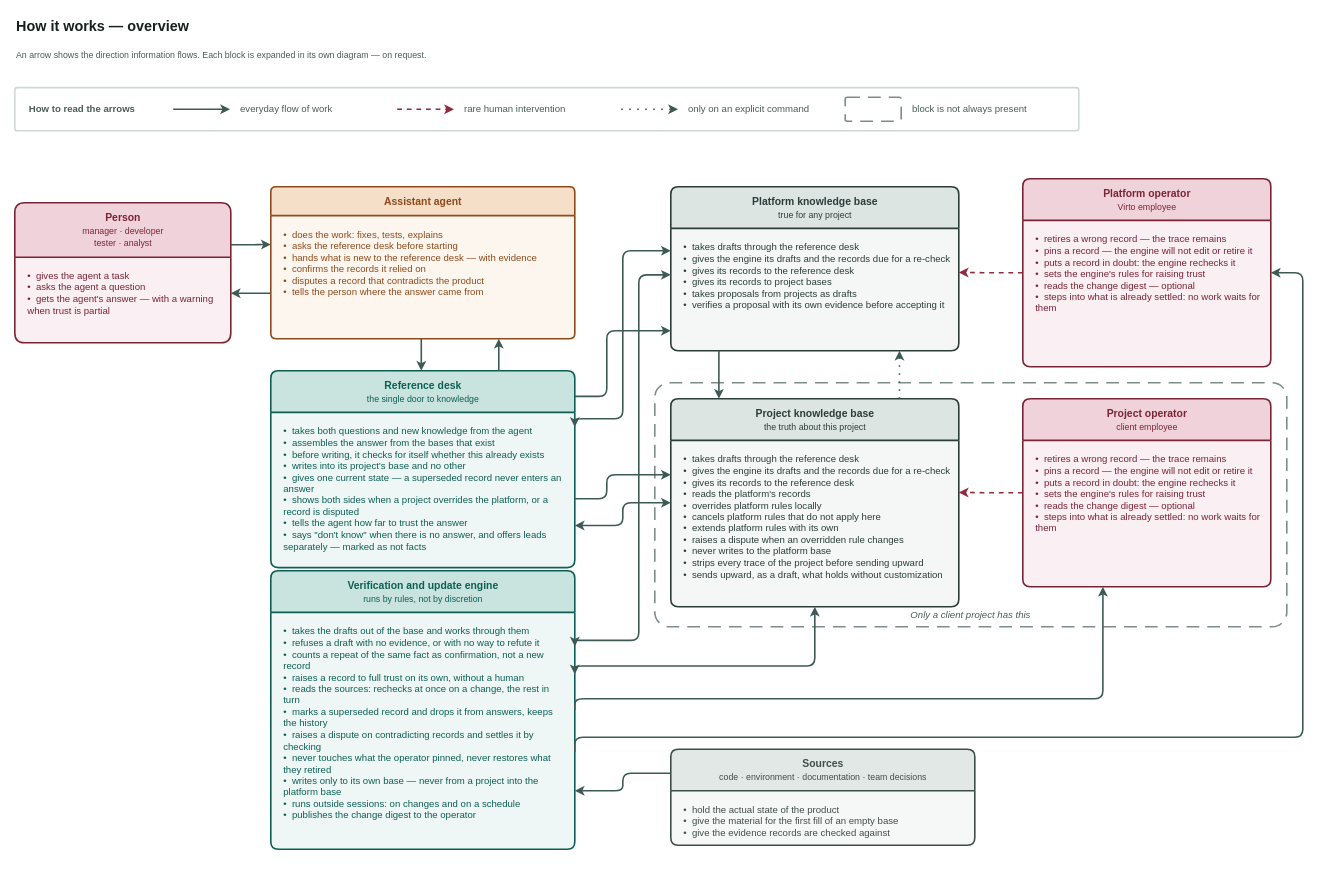
This is page "Overview" (1 of 4) of docs/adr/adr-knowledge-base-v3-overview.drawio from VirtoCommerce/ai-tools, a draw.io file, before an edit. Source tidied: cells renumbered, new cells numbered last; positions are measured from the earlier drawing's top-left corner, leaving out a move shared by most shapes. Both pictures are drawn from the tidied source at 80%, with x=0, y=0 at pixel (14, 14).
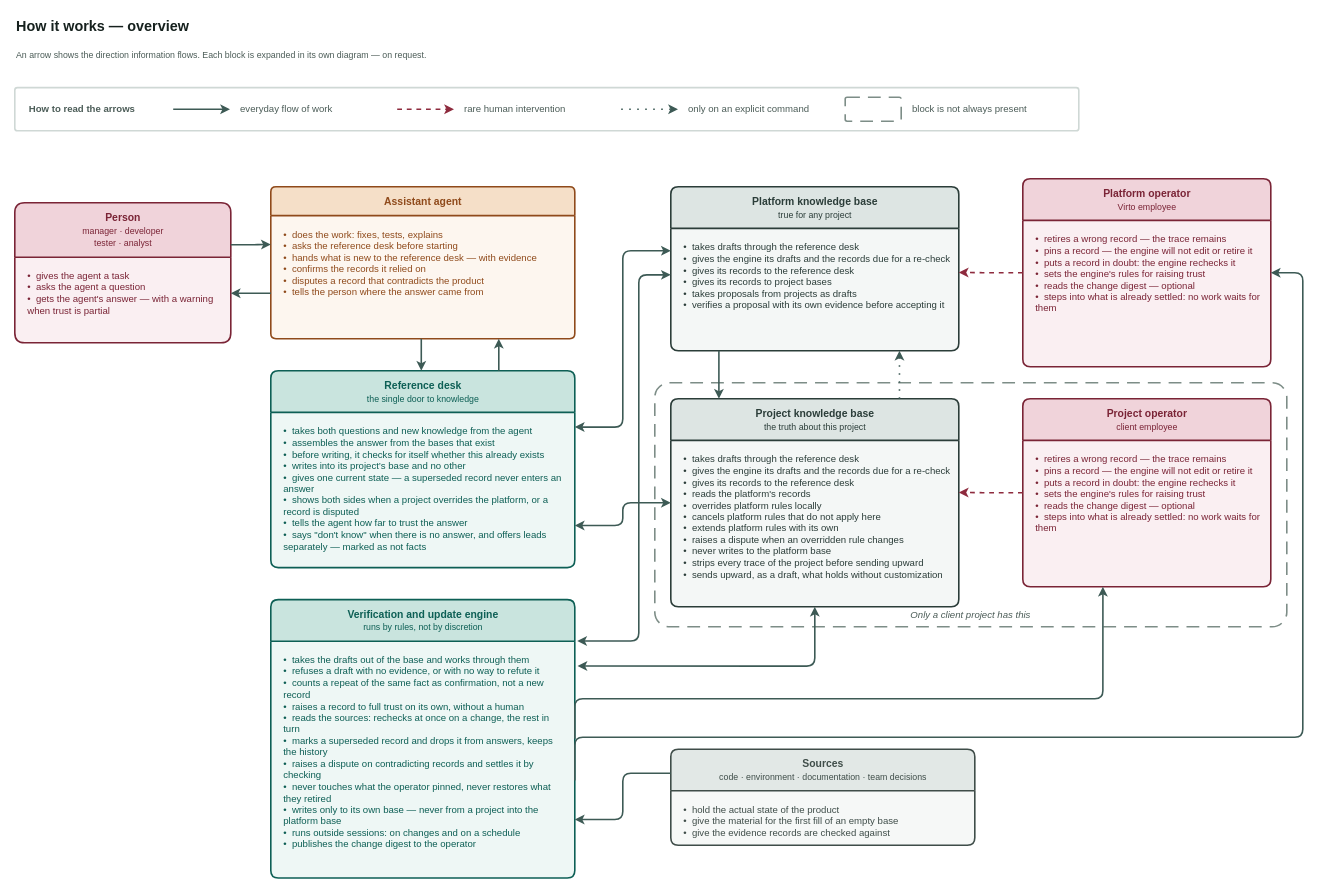
After the change.

The change refers to these unchanged cells:
```xml
<mxCell id="23" value="Reference desk&lt;br&gt;&lt;span style=&quot;font-size:11px;font-weight:normal&quot;&gt;the single door to knowledge&lt;/span&gt;" style="swimlane;html=1;rounded=1;arcSize=6;startSize=52;horizontal=1;fillColor=#c9e4de;swimlaneFillColor=#eef7f5;strokeColor=#0d5f55;fontColor=#0d5f55;fontSize=13;fontStyle=1;align=center;verticalAlign=middle;strokeWidth=2;fontFamily=Helvetica;" parent="1" vertex="1">
  <mxGeometry x="320" y="446" width="380" height="246" as="geometry" />
</mxCell>
<mxCell id="26" value="Platform knowledge base&lt;br&gt;&lt;span style=&quot;font-size:11px;font-weight:normal&quot;&gt;true for any project&lt;/span&gt;" style="swimlane;html=1;rounded=1;arcSize=6;startSize=52;horizontal=1;fillColor=#dde5e3;swimlaneFillColor=#f4f7f6;strokeColor=#2b3d39;fontColor=#2b3d39;fontSize=13;fontStyle=1;align=center;verticalAlign=middle;strokeWidth=2;fontFamily=Helvetica;" parent="1" vertex="1">
  <mxGeometry x="820" y="216" width="360" height="205" as="geometry" />
</mxCell>
<mxCell id="28" value="Project knowledge base&lt;br&gt;&lt;span style=&quot;font-size:11px;font-weight:normal&quot;&gt;the truth about this project&lt;/span&gt;" style="swimlane;html=1;rounded=1;arcSize=6;startSize=52;horizontal=1;fillColor=#dde5e3;swimlaneFillColor=#f4f7f6;strokeColor=#2b3d39;fontColor=#2b3d39;fontSize=13;fontStyle=1;align=center;verticalAlign=middle;strokeWidth=2;fontFamily=Helvetica;" parent="1" vertex="1">
  <mxGeometry x="820" y="481" width="360" height="260" as="geometry" />
</mxCell>
<mxCell id="31" value="•&amp;nbsp; takes the drafts out of the base and works through them&lt;br&gt;•&amp;nbsp; refuses a draft with no evidence, or with no way to refute it&lt;br&gt;•&amp;nbsp; counts a repeat of the same fact as confirmation, not a new record&lt;br&gt;•&amp;nbsp; raises a record to full trust on its own, without a human&lt;br&gt;•&amp;nbsp; reads the sources: rechecks at once on a change, the rest in turn&lt;br&gt;•&amp;nbsp; marks a superseded record and drops it from answers, keeps the history&lt;br&gt;•&amp;nbsp; raises a dispute on contradicting records and settles it by checking&lt;br&gt;•&amp;nbsp; never touches what the operator pinned, never restores what they retired&lt;br&gt;•&amp;nbsp; writes only to its own base — never from a project into the platform base&lt;br&gt;•&amp;nbsp; runs outside sessions: on changes and on a schedule&lt;br&gt;•&amp;nbsp; publishes the change digest to the operator" style="text;html=1;align=left;verticalAlign=top;whiteSpace=wrap;spacingLeft=14;spacingTop=10;spacingRight=10;fontSize=12;fontColor=#0d5f55;fontFamily=Helvetica;" parent="30" vertex="1">
  <mxGeometry y="52" width="380" height="268" as="geometry" />
</mxCell>
```

The edit, as a diff of the source:
```diff
@@
     <mxCell id="30" value="Verification and update engine&lt;br&gt;&lt;span style=&quot;font-size:11px;font-weight:normal&quot;&gt;runs by rules, not by discretion&lt;/span&gt;" style="swimlane;html=1;rounded=1;arcSize=6;startSize=52;horizontal=1;fillColor=#c9e4de;swimlaneFillColor=#eef7f5;strokeColor=#0d5f55;fontColor=#0d5f55;fontSize=13;fontStyle=1;align=center;verticalAlign=middle;strokeWidth=2;fontFamily=Helvetica;" parent="1" vertex="1">
-      <mxGeometry x="320" y="696" width="380" height="348" as="geometry" />
+      <mxGeometry x="320" y="732" width="380" height="348" as="geometry" />
     </mxCell>
@@
-    <mxCell id="42" style="edgeStyle=orthogonalEdgeStyle;rounded=1;html=1;labelBackgroundColor=#ffffff;fontSize=12;strokeWidth=2;strokeColor=#3d5a55;fontColor=#2f3a37;fontFamily=Helvetica;exitX=0;exitY=0.39;exitDx=0;exitDy=0;entryX=1;entryY=0.286;entryDx=0;entryDy=0;startArrow=classic;startFill=1;" parent="1" edge="1" source="26" target="23">
+    <mxCell id="42" style="edgeStyle=orthogonalEdgeStyle;rounded=1;html=1;labelBackgroundColor=#ffffff;fontSize=12;strokeWidth=2;strokeColor=#3d5a55;fontColor=#2f3a37;fontFamily=Helvetica;exitX=0;exitY=0.39;exitDx=0;exitDy=0;entryX=1;entryY=0.286;entryDx=0;entryDy=0;startArrow=classic;startFill=1;startArrow=classic;startFill=1;" parent="1" edge="1" source="26" target="23">
       <mxGeometry relative="1" as="geometry">
         <Array as="points">
           <mxPoint x="760" y="296" />
-          <mxPoint x="760" y="506" />
+          <mxPoint x="760" y="517" />
+          <mxPoint x="700" y="517" />
         </Array>
       </mxGeometry>
     </mxCell>
-    <mxCell id="43" style="edgeStyle=orthogonalEdgeStyle;rounded=1;html=1;labelBackgroundColor=#ffffff;fontSize=12;strokeWidth=2;strokeColor=#3d5a55;fontColor=#2f3a37;fontFamily=Helvetica;exitX=0;exitY=0.5;exitDx=0;exitDy=0;entryX=1;entryY=0.786;entryDx=0;entryDy=0;startArrow=classic;startFill=1;" parent="1" edge="1" source="28" target="23">
+    <mxCell id="43" style="edgeStyle=orthogonalEdgeStyle;rounded=1;html=1;labelBackgroundColor=#ffffff;fontSize=12;strokeWidth=2;strokeColor=#3d5a55;fontColor=#2f3a37;fontFamily=Helvetica;exitX=0;exitY=0.5;exitDx=0;exitDy=0;entryX=1;entryY=0.786;entryDx=0;entryDy=0;startArrow=classic;startFill=1;startArrow=classic;startFill=1;" parent="1" edge="1" source="28" target="23">
       <mxGeometry relative="1" as="geometry" />
     </mxCell>
-    <mxCell id="44" style="edgeStyle=orthogonalEdgeStyle;rounded=1;html=1;labelBackgroundColor=#ffffff;fontSize=12;strokeWidth=2;strokeColor=#3d5a55;fontColor=#2f3a37;fontFamily=Helvetica;exitX=1;exitY=0.272;exitDx=0;exitDy=0;entryX=0;entryY=0.537;entryDx=0;entryDy=0;startArrow=classic;startFill=1;" parent="1" edge="1" source="30" target="26">
+    <mxCell id="44" style="edgeStyle=orthogonalEdgeStyle;rounded=1;html=1;labelBackgroundColor=#ffffff;fontSize=12;strokeWidth=2;strokeColor=#3d5a55;fontColor=#2f3a37;fontFamily=Helvetica;exitX=1.008;exitY=-0.001;exitDx=0;exitDy=0;entryX=0;entryY=0.537;entryDx=0;entryDy=0;startArrow=classic;startFill=1;exitPerimeter=0;" parent="1" edge="1" source="31" target="26">
       <mxGeometry relative="1" as="geometry">
         <Array as="points">
-          <mxPoint x="780" y="783" />
+          <mxPoint x="780" y="784" />
           <mxPoint x="780" y="326" />
         </Array>
       </mxGeometry>
     </mxCell>
-    <mxCell id="45" style="edgeStyle=orthogonalEdgeStyle;rounded=1;html=1;labelBackgroundColor=#ffffff;fontSize=12;strokeWidth=2;strokeColor=#3d5a55;fontColor=#2f3a37;fontFamily=Helvetica;exitX=1;exitY=0.372;exitDx=0;exitDy=0;entryX=0.5;entryY=1;entryDx=0;entryDy=0;startArrow=classic;startFill=1;" parent="1" edge="1" source="30" target="28">
+    <mxCell id="45" style="edgeStyle=orthogonalEdgeStyle;rounded=1;html=1;labelBackgroundColor=#ffffff;fontSize=12;strokeWidth=2;strokeColor=#3d5a55;fontColor=#2f3a37;fontFamily=Helvetica;exitX=1.009;exitY=0.116;exitDx=0;exitDy=0;entryX=0.5;entryY=1;entryDx=0;entryDy=0;startArrow=classic;startFill=1;exitPerimeter=0;" parent="1" edge="1" source="31" target="28">
       <mxGeometry relative="1" as="geometry">
         <Array as="points">
           <mxPoint x="1000" y="815" />
         </Array>
       </mxGeometry>
     </mxCell>
@@
-    <mxCell id="53" style="edgeStyle=orthogonalEdgeStyle;rounded=1;html=1;labelBackgroundColor=#ffffff;fontSize=12;strokeWidth=2;strokeColor=#3d5a55;fontColor=#2f3a37;fontFamily=Helvetica;exitX=1;exitY=0.13;exitDx=0;exitDy=0;entryX=0;entryY=0.878;entryDx=0;entryDy=0;" parent="1" edge="1" source="23" target="26">
-      <mxGeometry relative="1" as="geometry">
-        <Array as="points">
-          <mxPoint x="740" y="478" />
-          <mxPoint x="740" y="396" />
-        </Array>
-      </mxGeometry>
-    </mxCell>
-    <mxCell id="54" style="edgeStyle=orthogonalEdgeStyle;rounded=1;html=1;labelBackgroundColor=#ffffff;fontSize=12;strokeWidth=2;strokeColor=#3d5a55;fontColor=#2f3a37;fontFamily=Helvetica;exitX=1;exitY=0.65;exitDx=0;exitDy=0;entryX=0;entryY=0.365;entryDx=0;entryDy=0;" parent="1" edge="1" source="23" target="28">
-      <mxGeometry relative="1" as="geometry">
-        <Array as="points">
-          <mxPoint x="740" y="606" />
-          <mxPoint x="740" y="576" />
-        </Array>
-      </mxGeometry>
-    </mxCell>
```
